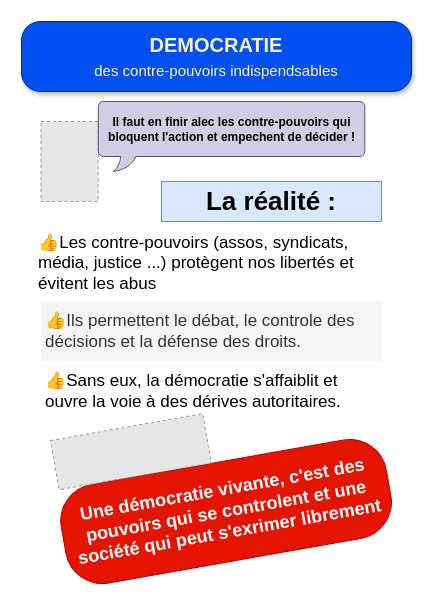
Above: drawio/A_Democratie2.drawio in bernard44600/cedbn (draw.io), before the change. Source tidied: cells renumbered, new cells numbered last; positions are measured from the earlier drawing's top-left corner, leaving out a move shared by most shapes. Both pictures are drawn from the tidied source at 100%, with x=0, y=0 at pixel (21, 21). Pictures stored in the file or linked from it are replaced by grey dashed boxes.
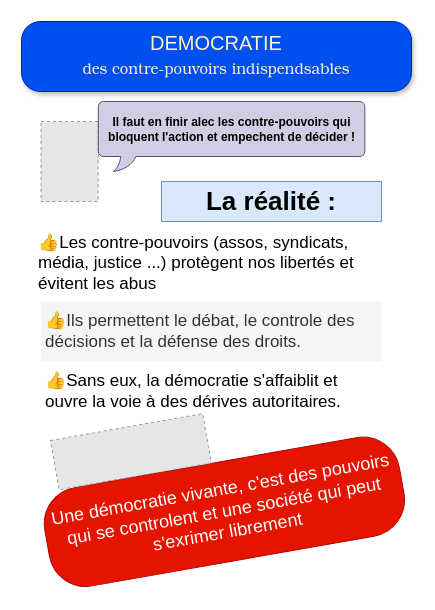
Above is the later version.

Change to the diagram source:
```diff
@@
 <mxGraphModel>
   <root>
     <mxCell id="0" />
     <mxCell id="1" parent="0" />
-    <mxCell id="2" value="&lt;font face=&quot;Helvetica&quot;&gt;&lt;font style=&quot;&quot;&gt;&lt;b&gt;DEMOCRATIE&lt;br&gt;&lt;/b&gt;&lt;/font&gt;&lt;span style=&quot;font-size: 15px;&quot;&gt;des contre-pouvoirs indispendsables&lt;/span&gt;&lt;/font&gt;" style="rounded=1;whiteSpace=wrap;html=1;fontSize=20;fillColor=#0050ef;strokeColor=#001DBC;fontColor=#FFF2CC;gradientColor=none;gradientDirection=north;roundedPerimeter=1;shadow=1;glass=0;multiple=0;fontFamily=Tahoma;labelBackgroundColor=none;arcSize=27;" parent="1" vertex="1">
+    <mxCell id="2" value="&lt;font&gt;&lt;font style=&quot;&quot;&gt;&lt;font face=&quot;permanent marker&quot; style=&quot;&quot;&gt;DEMOCRATIE&lt;/font&gt;&lt;br&gt;&lt;/font&gt;&lt;span style=&quot;font-size: 15px;&quot;&gt;des contre-pouvoirs indispendsables&lt;/span&gt;&lt;/font&gt;" style="rounded=1;whiteSpace=wrap;html=1;fontSize=20;fillColor=#0050ef;strokeColor=#001DBC;fontColor=#FFF2CC;gradientColor=none;gradientDirection=north;roundedPerimeter=1;shadow=1;glass=0;multiple=0;fontFamily=URW Bookman;labelBackgroundColor=none;arcSize=27;" parent="1" vertex="1">
       <mxGeometry width="390" height="70" as="geometry" />
     </mxCell>
     <mxCell id="3" value="👍Les contre-pouvoirs (assos, syndicats, média, justice ...) protègent nos libertés et évitent les abus&lt;div&gt;&lt;br&gt;&lt;/div&gt;" style="rounded=0;whiteSpace=wrap;html=1;fontFamily=Helvetica;fontSize=17;align=left;spacingLeft=2;fontStyle=0;strokeColor=none;" parent="1" vertex="1">
       <mxGeometry x="13.2" y="222" width="346.8" height="60" as="geometry" />
     </mxCell>
     <mxCell id="4" value="&lt;span style=&quot;color: rgb(0, 0, 0);&quot;&gt;👍&lt;/span&gt;Ils permettent le débat, le controle des décisions et la défense des droits." style="rounded=0;whiteSpace=wrap;html=1;fontFamily=Helvetica;fontSize=17;align=left;fillColor=#f5f5f5;fontColor=#333333;strokeColor=none;spacingLeft=2;fontStyle=0;" parent="1" vertex="1">
       <mxGeometry x="19.5" y="280" width="340.5" height="60" as="geometry" />
     </mxCell>
     <mxCell id="5" value="👍Sans eux, la démocratie s'affaiblit et ouvre la voie à des dérives autoritaires." style="rounded=0;whiteSpace=wrap;html=1;fontFamily=Helvetica;fontSize=17;align=left;spacingLeft=2;fontStyle=0;strokeColor=none;" parent="1" vertex="1">
       <mxGeometry x="19.5" y="340" width="340.5" height="60" as="geometry" />
     </mxCell>
     <mxCell id="6" style="fillColor=#E6E6E6;strokeColor=#999999;dashed=1;verticalLabelPosition=bottom;labelBackgroundColor=default;verticalAlign=top;" parent="1" vertex="1">
       <mxGeometry x="19.5" y="100" width="57.2" height="80" as="geometry" />
     </mxCell>
     <mxCell id="7" value="Il faut en finir alec les contre-pouvoirs qui bloquent l'action et empechent de décider !" style="whiteSpace=wrap;html=1;shape=mxgraph.basic.roundRectCallout;dx=30;dy=15;size=5;boundedLbl=1;fillColor=#d0cee2;strokeColor=#56517e;fontStyle=1;" parent="1" vertex="1">
       <mxGeometry x="76.8" y="80" width="266.5" height="70" as="geometry" />
     </mxCell>
     <mxCell id="8" value="La réalité :" style="rounded=0;whiteSpace=wrap;html=1;fontSize=26;fontStyle=1;fillColor=#dae8fc;strokeColor=#6c8ebf;" parent="1" vertex="1">
       <mxGeometry x="140" y="160" width="220" height="40" as="geometry" />
     </mxCell>
-    <mxCell id="9" value="&lt;b&gt;Une démocratie vivante, c'est des pouvoirs qui se controlent et une société qui peut s'exrimer librement&lt;/b&gt;" style="text;html=1;whiteSpace=wrap;strokeColor=#B20000;fillColor=#e51400;align=center;verticalAlign=middle;rounded=1;fontSize=18;fontColor=#ffffff;fontStyle=1;roundedPerimeter=1;arcSize=37;rotation=-10;" parent="1" vertex="1">
-      <mxGeometry x="39.6" y="440" width="330" height="100" as="geometry" />
+    <mxCell id="9" value="&lt;span&gt;Une démocratie vivante, c'est des pouvoirs qui se controlent et une société qui peut s'exrimer librement&lt;/span&gt;" style="text;html=1;whiteSpace=wrap;strokeColor=#B20000;fillColor=#e51400;align=center;verticalAlign=middle;rounded=1;fontSize=18;fontColor=#ffffff;fontStyle=0;roundedPerimeter=1;arcSize=37;rotation=-10;fontFamily=permanent marker;" parent="1" vertex="1">
+      <mxGeometry x="22.9" y="440.3" width="360" height="100" as="geometry" />
     </mxCell>
     <mxCell id="10" style="fillColor=#E6E6E6;strokeColor=#999999;dashed=1;verticalLabelPosition=bottom;labelBackgroundColor=default;verticalAlign=top;rotation=-10;" parent="1" vertex="1">
       <mxGeometry x="32.2" y="405.2" width="154.4" height="50" as="geometry" />
     </mxCell>
   </root>
 </mxGraphModel>
```
